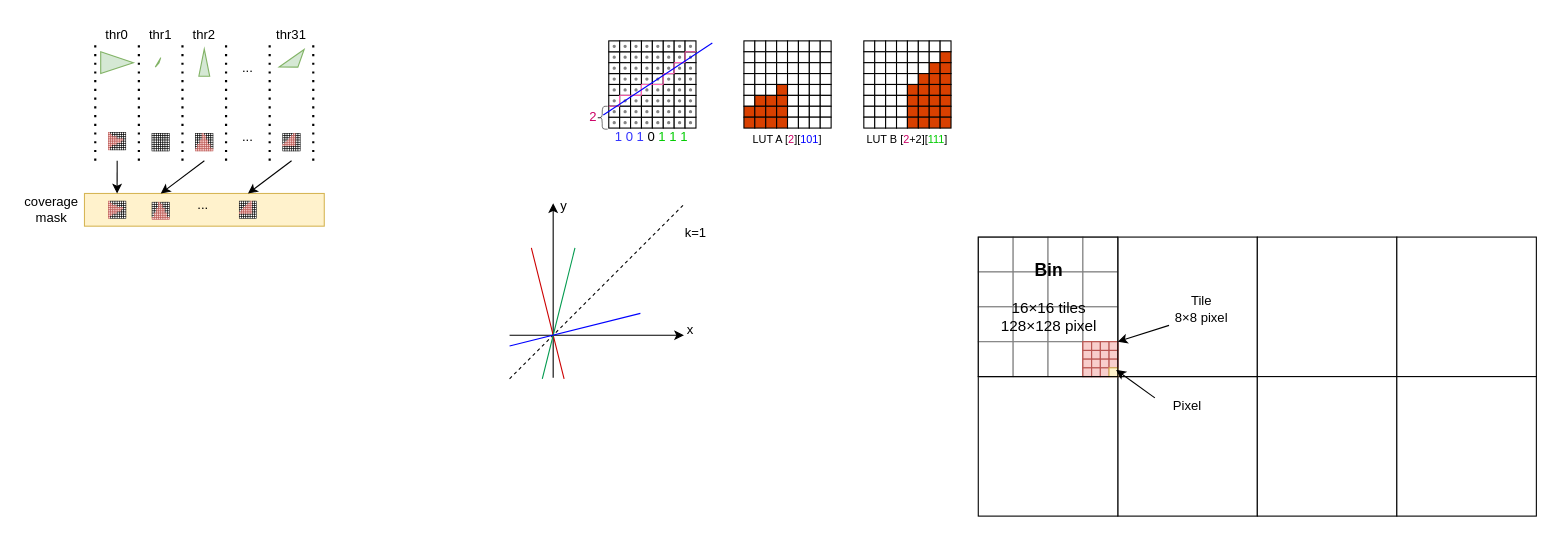
This is input-shade.drawio from spaceboy202105/img, a draw.io file, before an edit. Source tidied: cells renumbered, new cells numbered last; positions are measured from the earlier drawing's top-left corner, leaving out a move shared by most shapes. Both pictures are drawn from the tidied source at 109%, with x=0, y=0 at pixel (19, 19).
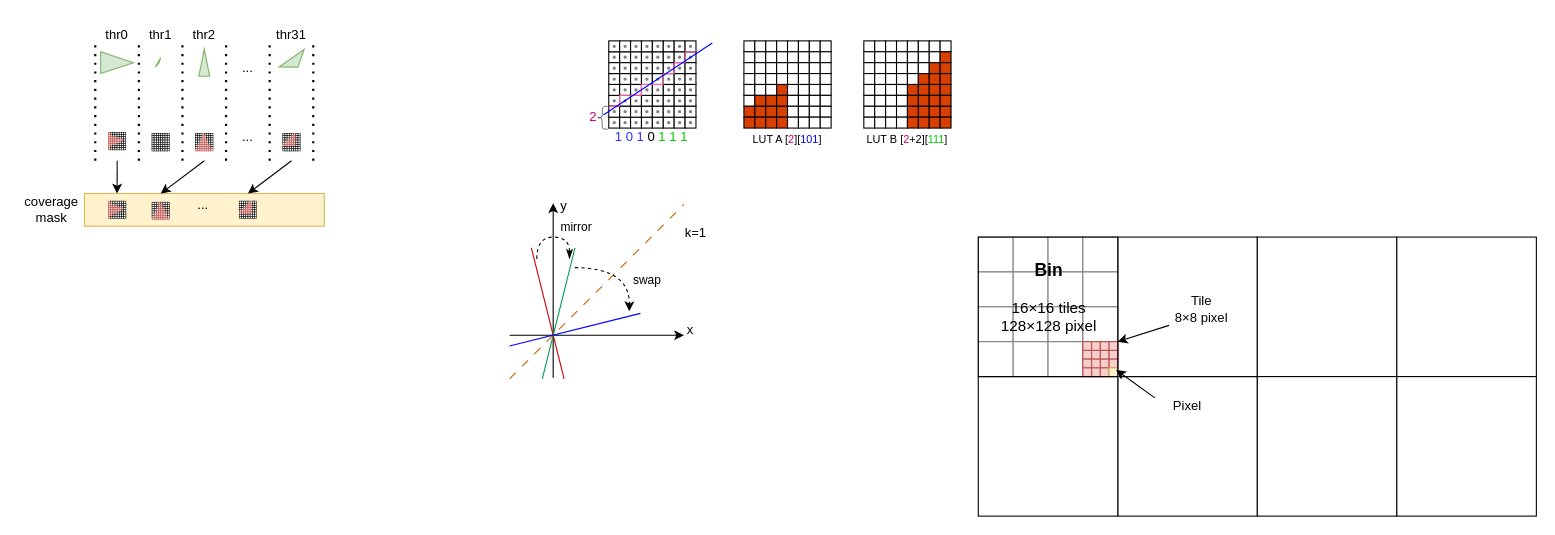
The same diagram, later.

Change to the diagram source:
```diff
@@
-    <mxCell id="752" style="endArrow=none;html=1;rounded=0;strokeColor=#000000;dashed=1;" parent="1" edge="1">
+    <mxCell id="752" style="endArrow=none;html=1;rounded=0;strokeColor=#CC6600;dashed=1;dashPattern=8 8;" parent="1" edge="1">
       <mxGeometry relative="1" as="geometry">
         <mxPoint x="450" y="330" as="sourcePoint" />
         <mxPoint x="610" y="170" as="targetPoint" />
       </mxGeometry>
     </mxCell>
@@
+    <mxCell id="803" style="endArrow=classicThin;html=1;rounded=0;edgeStyle=orthogonalEdgeStyle;curved=1;endFill=1;dashed=1;" parent="1" edge="1">
+      <mxGeometry relative="1" as="geometry">
+        <mxPoint x="475" y="220" as="sourcePoint" />
+        <mxPoint x="505" y="220" as="targetPoint" />
+        <Array as="points">
+          <mxPoint x="475" y="200" />
+          <mxPoint x="505" y="200" />
+        </Array>
+      </mxGeometry>
+    </mxCell>
+    <mxCell id="804" value="mirror" style="edgeLabel;html=1;align=center;verticalAlign=middle;labelBackgroundColor=none;" parent="803" vertex="1">
+      <mxGeometry x="0.25" y="-1" relative="1" as="geometry">
+        <mxPoint x="11" y="-11" as="offset" />
+      </mxGeometry>
+    </mxCell>
+    <mxCell id="805" style="endArrow=classic;html=1;rounded=0;edgeStyle=orthogonalEdgeStyle;curved=1;dashed=1;" parent="1" edge="1">
+      <mxGeometry relative="1" as="geometry">
+        <mxPoint x="509.8" y="228" as="sourcePoint" />
+        <mxPoint x="559.8" y="268" as="targetPoint" />
+      </mxGeometry>
+    </mxCell>
+    <mxCell id="806" value="swap" style="edgeLabel;html=1;align=center;verticalAlign=middle;labelBackgroundColor=none;" parent="805" vertex="1">
+      <mxGeometry x="0.38" y="-8" relative="1" as="geometry">
+        <mxPoint x="23" as="offset" />
+      </mxGeometry>
+    </mxCell>
```
